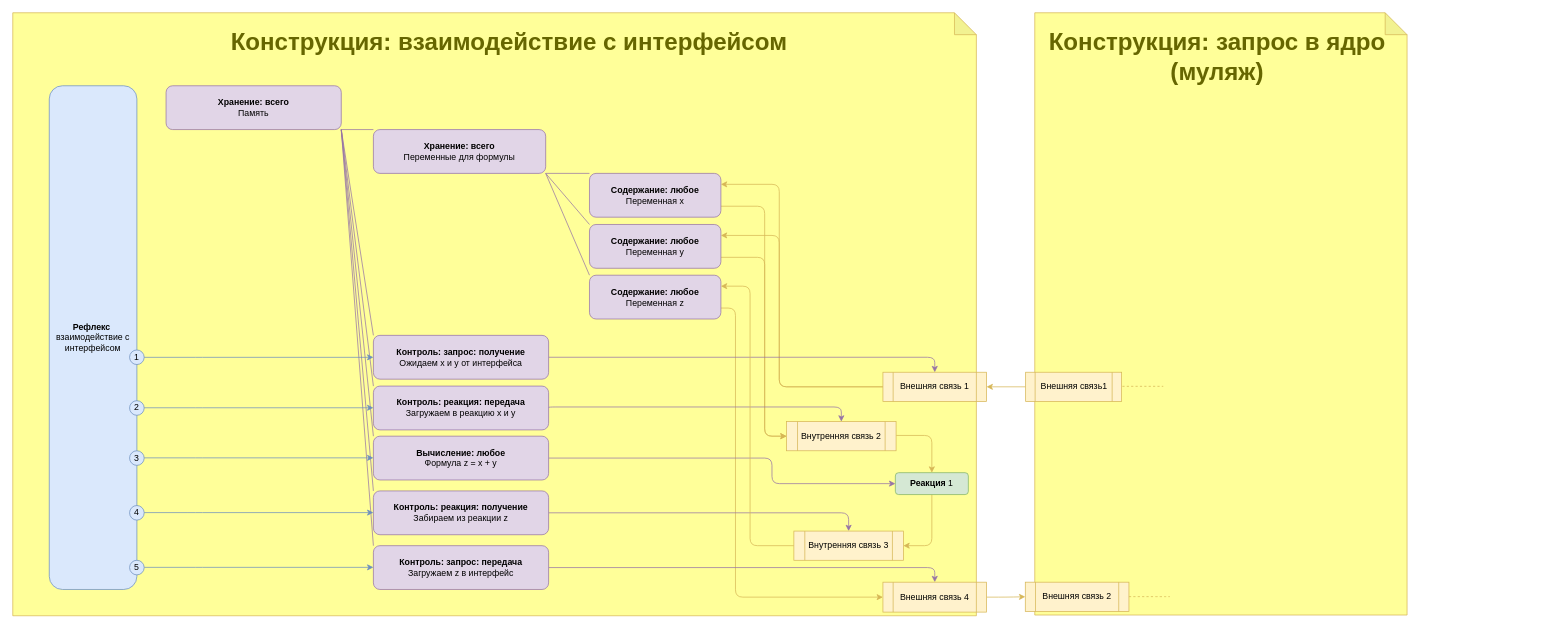
This is Картинки/Взаимодействие ядра.drawio from it-architector/invention.csdr, a draw.io file, before an edit. Source tidied: cells renumbered, new cells numbered last; positions are measured from the earlier drawing's top-left corner, leaving out a move shared by most shapes. Both pictures are drawn from the tidied source at 73%, with x=0, y=0 at pixel (12, 12).
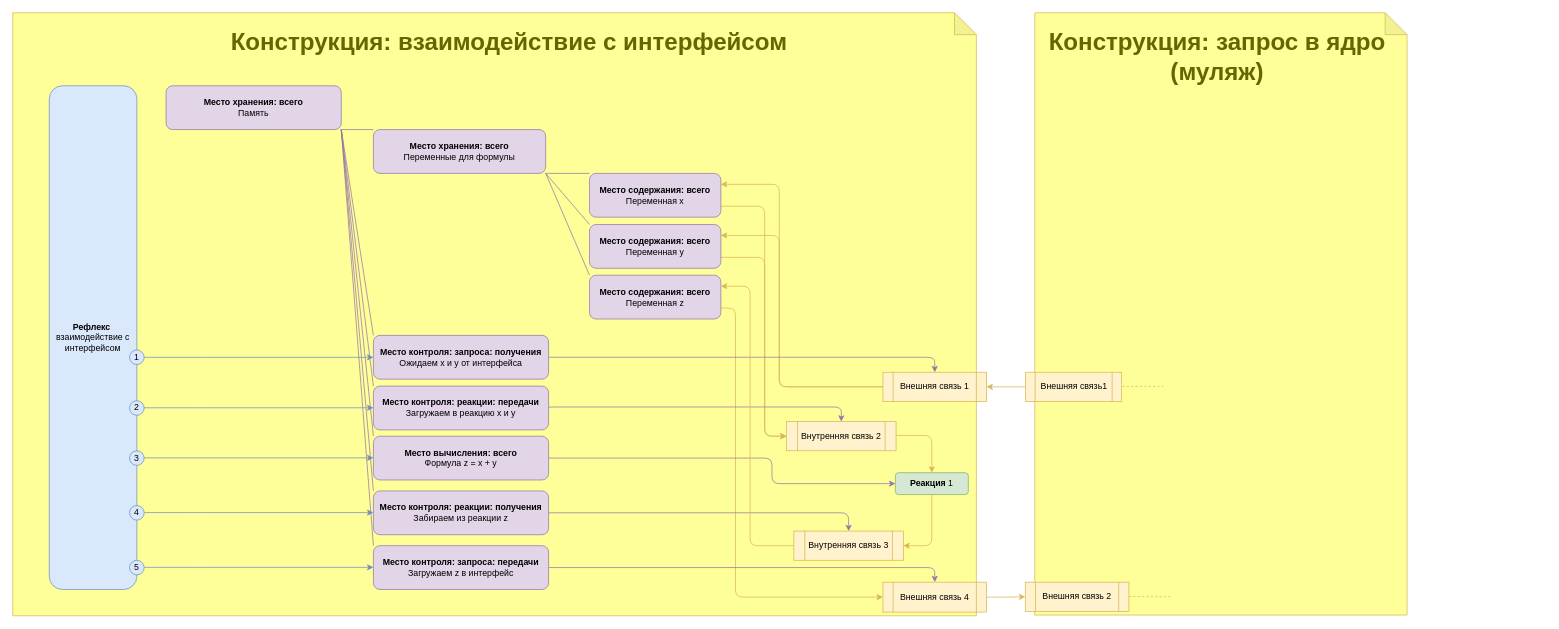
Above is the later version.

Change to the diagram source:
```diff
@@
-    <mxCell id="11" value="&lt;b&gt;Хранение: всего&lt;/b&gt;&lt;br&gt;Память" style="rounded=1;whiteSpace=wrap;html=1;fillColor=#E1D5E7;strokeColor=#9673A6;gradientColor=none;" parent="1" vertex="1">
+    <mxCell id="11" value="&lt;b&gt;Место хранения: всего&lt;/b&gt;&lt;br&gt;Память" style="rounded=1;whiteSpace=wrap;html=1;fillColor=#E1D5E7;strokeColor=#9673A6;gradientColor=none;" parent="1" vertex="1">
       <mxGeometry x="210" y="100" width="240" height="60" as="geometry" />
     </mxCell>
@@
-    <mxCell id="15" value="&lt;b&gt;Содержание:&amp;nbsp;&lt;/b&gt;&lt;b&gt;любое&lt;/b&gt;&lt;br&gt;Переменная z" style="rounded=1;whiteSpace=wrap;html=1;fillColor=#e1d5e7;strokeColor=#9673a6;" parent="1" vertex="1">
+    <mxCell id="15" value="&lt;b&gt;Место содержания:&amp;nbsp;&lt;/b&gt;&lt;b&gt;всего&lt;/b&gt;&lt;br&gt;Переменная z" style="rounded=1;whiteSpace=wrap;html=1;fillColor=#e1d5e7;strokeColor=#9673a6;" parent="1" vertex="1">
       <mxGeometry x="790" y="359.5" width="180" height="60" as="geometry" />
     </mxCell>
@@
-    <mxCell id="23" value="&lt;b&gt;Хранение: всего&lt;/b&gt;&lt;br&gt;Переменные для формулы" style="rounded=1;whiteSpace=wrap;html=1;fillColor=#e1d5e7;strokeColor=#9673a6;gradientColor=none;" parent="1" vertex="1">
+    <mxCell id="23" value="&lt;b&gt;Место хранения&lt;/b&gt;&lt;b&gt;: всего&lt;/b&gt;&lt;br&gt;Переменные для формулы" style="rounded=1;whiteSpace=wrap;html=1;fillColor=#e1d5e7;strokeColor=#9673a6;gradientColor=none;" parent="1" vertex="1">
       <mxGeometry x="494" y="160" width="236" height="60" as="geometry" />
     </mxCell>
@@
-    <mxCell id="25" value="&lt;b&gt;Содержание:&amp;nbsp;&lt;/b&gt;&lt;b&gt;любое&lt;/b&gt;&lt;br&gt;Переменная x" style="rounded=1;whiteSpace=wrap;html=1;fillColor=#e1d5e7;strokeColor=#9673a6;" parent="1" vertex="1">
+    <mxCell id="25" value="&lt;b&gt;Место содержания&lt;/b&gt;&lt;b&gt;:&amp;nbsp;&lt;/b&gt;&lt;b&gt;всего&lt;/b&gt;&lt;br&gt;Переменная x" style="rounded=1;whiteSpace=wrap;html=1;fillColor=#e1d5e7;strokeColor=#9673a6;" parent="1" vertex="1">
       <mxGeometry x="790" y="220" width="180" height="60" as="geometry" />
     </mxCell>
@@
-    <mxCell id="27" value="&lt;b&gt;Содержание:&amp;nbsp;&lt;/b&gt;&lt;b&gt;любое&lt;/b&gt;&lt;br&gt;Переменная y" style="rounded=1;whiteSpace=wrap;html=1;fillColor=#e1d5e7;strokeColor=#9673a6;" parent="1" vertex="1">
+    <mxCell id="27" value="&lt;b&gt;Место содержания:&amp;nbsp;&lt;/b&gt;&lt;b&gt;всего&lt;/b&gt;&lt;br&gt;Переменная y" style="rounded=1;whiteSpace=wrap;html=1;fillColor=#e1d5e7;strokeColor=#9673a6;" parent="1" vertex="1">
       <mxGeometry x="790" y="290" width="180" height="60" as="geometry" />
     </mxCell>
@@
-    <mxCell id="29" value="&lt;b&gt;Контроль: запрос: получение&lt;/b&gt;&lt;br&gt;Ожидаем x и y от интерфейса" style="rounded=1;whiteSpace=wrap;html=1;fillColor=#e1d5e7;strokeColor=#9673A6;gradientColor=none;" parent="1" vertex="1">
+    <mxCell id="29" value="&lt;b&gt;Место контроля: запроса: получения&lt;/b&gt;&lt;br&gt;Ожидаем x и y от интерфейса" style="rounded=1;whiteSpace=wrap;html=1;fillColor=#e1d5e7;strokeColor=#9673A6;gradientColor=none;" parent="1" vertex="1">
       <mxGeometry x="494" y="441.9" width="240" height="60" as="geometry" />
     </mxCell>
@@
-    <mxCell id="31" value="&lt;b&gt;Контроль: реакция: передача&lt;/b&gt;&lt;br&gt;Загружаем в реакцию x и y" style="rounded=1;whiteSpace=wrap;html=1;fillColor=#e1d5e7;strokeColor=#9673a6;gradientColor=none;" parent="1" vertex="1">
+    <mxCell id="31" value="&lt;b&gt;Место контроля&lt;/b&gt;&lt;b&gt;: реакции: передачи&lt;/b&gt;&lt;br&gt;Загружаем в реакцию x и y" style="rounded=1;whiteSpace=wrap;html=1;fillColor=#e1d5e7;strokeColor=#9673a6;gradientColor=none;" parent="1" vertex="1">
       <mxGeometry x="494" y="511.4" width="240" height="60" as="geometry" />
     </mxCell>
@@
-    <mxCell id="33" value="&lt;b&gt;Контроль: реакция: получение&lt;/b&gt;&lt;br&gt;Забираем из реакции z" style="rounded=1;whiteSpace=wrap;html=1;fillColor=#e1d5e7;strokeColor=#9673a6;gradientColor=none;" parent="1" vertex="1">
+    <mxCell id="33" value="&lt;b&gt;Место контроля&lt;/b&gt;&lt;b&gt;: реакции: получения&lt;/b&gt;&lt;br&gt;Забираем из реакции z" style="rounded=1;whiteSpace=wrap;html=1;fillColor=#e1d5e7;strokeColor=#9673a6;gradientColor=none;" parent="1" vertex="1">
       <mxGeometry x="494" y="655" width="240" height="60" as="geometry" />
     </mxCell>
@@
-    <mxCell id="35" value="&lt;b&gt;Контроль: запрос: передача&lt;/b&gt;&lt;br&gt;Загружаем z в интерфейс" style="rounded=1;whiteSpace=wrap;html=1;fillColor=#e1d5e7;strokeColor=#9673a6;gradientColor=none;" parent="1" vertex="1">
+    <mxCell id="35" value="&lt;b&gt;Место контроля&lt;/b&gt;&lt;b&gt;: запроса: передачи&lt;/b&gt;&lt;br&gt;Загружаем z в интерфейс" style="rounded=1;whiteSpace=wrap;html=1;fillColor=#e1d5e7;strokeColor=#9673a6;gradientColor=none;" parent="1" vertex="1">
       <mxGeometry x="494" y="730" width="240" height="60" as="geometry" />
     </mxCell>
@@
-    <mxCell id="37" value="&lt;b&gt;Вычисление:&amp;nbsp;&lt;/b&gt;&lt;b&gt;любое&lt;/b&gt;&lt;br&gt;Формула z = x + y" style="rounded=1;whiteSpace=wrap;html=1;fillColor=#e1d5e7;strokeColor=#9673a6;" parent="1" vertex="1">
+    <mxCell id="37" value="&lt;b&gt;Место вычисления:&amp;nbsp;&lt;/b&gt;&lt;b&gt;всего&lt;/b&gt;&lt;br&gt;Формула z = x + y" style="rounded=1;whiteSpace=wrap;html=1;fillColor=#e1d5e7;strokeColor=#9673a6;" parent="1" vertex="1">
       <mxGeometry x="494" y="580" width="240" height="60" as="geometry" />
     </mxCell>
```
